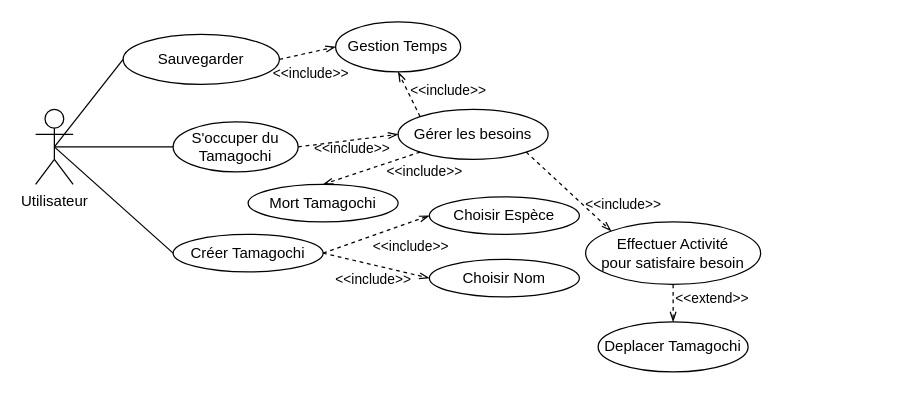
TheoGicquel/EggFriend keeps this draw.io diagram as cas_utilisations.drawio. Above is the earlier version. Source tidied: cells renumbered, new cells numbered last; positions are measured from the earlier drawing's top-left corner, leaving out a move shared by most shapes. Both pictures are drawn from the tidied source at 125%, with x=0, y=0 at pixel (35, 21).
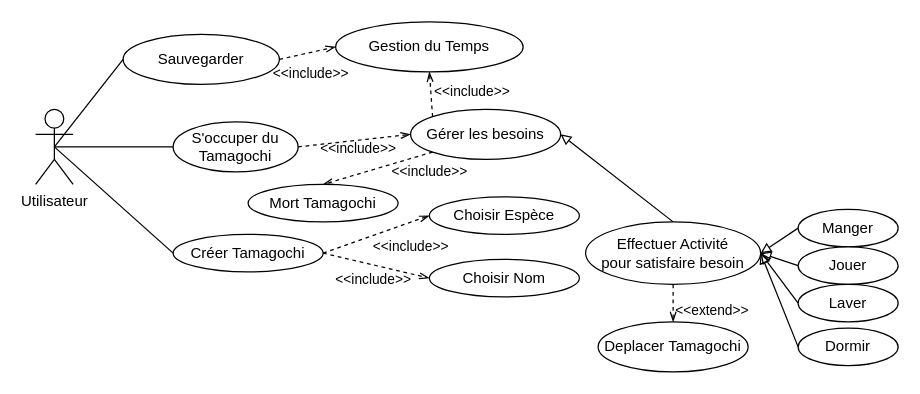
Above is the later version.

The change refers to these unchanged cells:
```xml
<mxCell id="16" value="Effectuer Activité&lt;br&gt;pour satisfaire besoin" style="ellipse;whiteSpace=wrap;html=1;" parent="1" vertex="1">
  <mxGeometry x="440" y="160" width="140" height="50" as="geometry" />
</mxCell>
<mxCell id="19" style="endArrow=openThin;html=1;entryX=0.5;entryY=0;entryDx=0;entryDy=0;dashed=1;endFill=0;exitX=0.5;exitY=1;exitDx=0;exitDy=0;" parent="1" edge="1" source="16" target="15">
  <mxGeometry relative="1" as="geometry" />
</mxCell>
```

Change to the diagram source:
```diff
@@
-    <mxCell id="8" value="Gestion Temps" style="ellipse;whiteSpace=wrap;html=1;" parent="1" vertex="1">
-      <mxGeometry x="240" width="100" height="40" as="geometry" />
+    <mxCell id="8" value="Gestion du Temps" style="ellipse;whiteSpace=wrap;html=1;" parent="1" vertex="1">
+      <mxGeometry x="240" width="150" height="40" as="geometry" />
     </mxCell>
@@
     <mxCell id="12" value="Gérer les besoins" style="ellipse;whiteSpace=wrap;html=1;" parent="1" vertex="1">
-      <mxGeometry x="290" y="70" width="120" height="40" as="geometry" />
+      <mxGeometry x="300" y="70" width="120" height="40" as="geometry" />
     </mxCell>
@@
-    <mxCell id="17" style="endArrow=openThin;html=1;exitX=1;exitY=1;exitDx=0;exitDy=0;entryX=0;entryY=0;entryDx=0;entryDy=0;dashed=1;endFill=0;" parent="1" edge="1" source="12" target="16">
-      <mxGeometry relative="1" as="geometry" />
-    </mxCell>
-    <mxCell id="18" value="&amp;lt;&amp;lt;include&amp;gt;&amp;gt;" style="edgeLabel;html=1;align=center;verticalAlign=middle;labelBackgroundColor=none;" parent="17" vertex="1">
-      <mxGeometry x="0.13" y="-2" relative="1" as="geometry">
-        <mxPoint x="40" y="5" as="offset" />
-      </mxGeometry>
-    </mxCell>
@@
     <mxCell id="20" value="&amp;lt;&amp;lt;extend&amp;gt;&amp;gt;" style="edgeLabel;html=1;align=center;verticalAlign=middle;labelBackgroundColor=none;" parent="19" vertex="1">
       <mxGeometry x="0.13" y="-2" relative="1" as="geometry">
-        <mxPoint x="32" y="-7" as="offset" />
+        <mxPoint x="32" y="3" as="offset" />
       </mxGeometry>
     </mxCell>
@@
+    <mxCell id="17" style="endArrow=none;html=1;exitX=1;exitY=0.5;exitDx=0;exitDy=0;entryX=0.5;entryY=0;entryDx=0;entryDy=0;startArrow=block;startFill=0;" parent="1" edge="1" source="12" target="16">
+      <mxGeometry relative="1" as="geometry" />
+    </mxCell>
+    <mxCell id="32" value="Manger" style="ellipse;whiteSpace=wrap;html=1;" parent="1" vertex="1">
+      <mxGeometry x="610" y="150" width="80" height="30" as="geometry" />
+    </mxCell>
+    <mxCell id="33" value="Jouer" style="ellipse;whiteSpace=wrap;html=1;" parent="1" vertex="1">
+      <mxGeometry x="610" y="180" width="80" height="30" as="geometry" />
+    </mxCell>
+    <mxCell id="34" value="Laver" style="ellipse;whiteSpace=wrap;html=1;" parent="1" vertex="1">
+      <mxGeometry x="610" y="210" width="80" height="30" as="geometry" />
+    </mxCell>
+    <mxCell id="35" value="Dormir" style="ellipse;whiteSpace=wrap;html=1;" parent="1" vertex="1">
+      <mxGeometry x="610" y="245" width="80" height="30" as="geometry" />
+    </mxCell>
+    <mxCell id="36" style="endArrow=none;html=1;entryX=0;entryY=0.5;entryDx=0;entryDy=0;startArrow=block;startFill=0;exitX=1;exitY=0.5;exitDx=0;exitDy=0;" parent="1" edge="1" source="16" target="32">
+      <mxGeometry relative="1" as="geometry" />
+    </mxCell>
+    <mxCell id="37" style="endArrow=none;html=1;entryX=0;entryY=0.5;entryDx=0;entryDy=0;startArrow=block;startFill=0;exitX=1;exitY=0.5;exitDx=0;exitDy=0;" parent="1" edge="1" source="16" target="33">
+      <mxGeometry relative="1" as="geometry" />
+    </mxCell>
+    <mxCell id="38" style="endArrow=none;html=1;entryX=0;entryY=0.5;entryDx=0;entryDy=0;startArrow=block;startFill=0;exitX=1;exitY=0.5;exitDx=0;exitDy=0;" parent="1" edge="1" source="16" target="34">
+      <mxGeometry relative="1" as="geometry" />
+    </mxCell>
+    <mxCell id="39" style="endArrow=none;html=1;entryX=0;entryY=0.5;entryDx=0;entryDy=0;startArrow=block;startFill=0;exitX=1;exitY=0.5;exitDx=0;exitDy=0;" parent="1" edge="1" source="16" target="35">
+      <mxGeometry relative="1" as="geometry" />
+    </mxCell>
```
